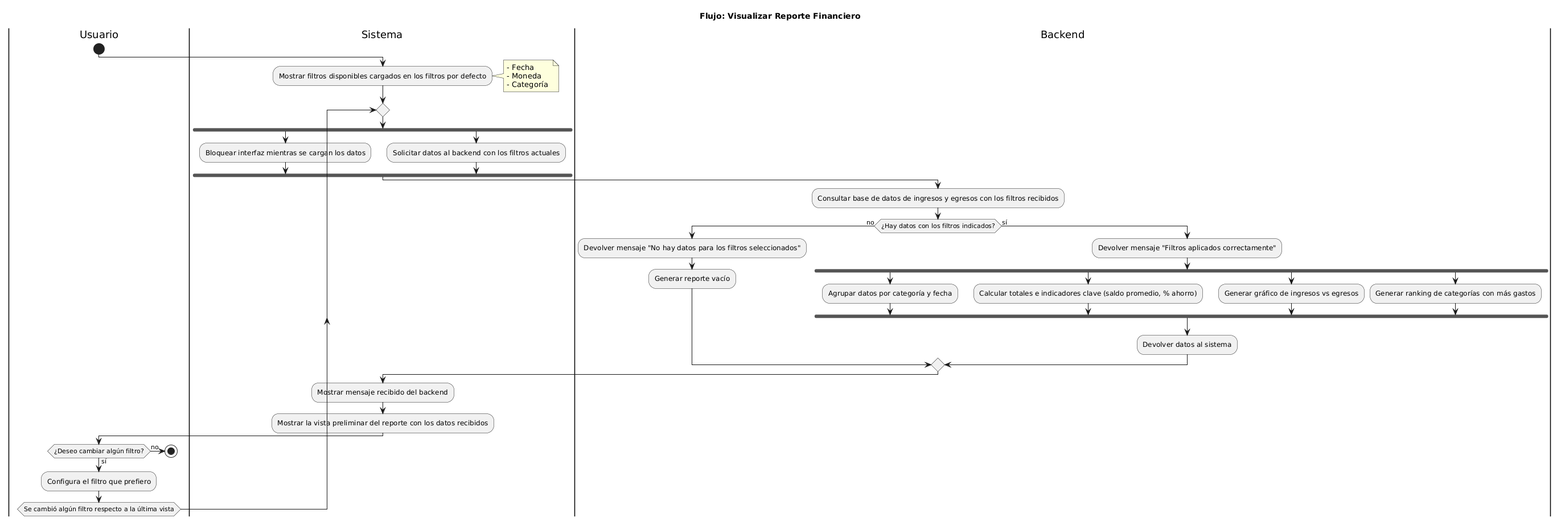
Before: docs/04-diagramas/01-diagrama-de-actividades/actividad-flujo-4-reportes-y-estadisticas.png, a diagram exported from PlantUML (fioremos/simulador-planificacion-financiera). Source of this version:
```plantuml
@startuml
title Flujo: Visualizar Reporte Financiero

|Usuario|
start

|Sistema|
:Mostrar filtros disponibles cargados en los filtros por defecto;
note right
    - Fecha
    - Moneda
    - Categoría
end note

repeat

  |Sistema|
  fork
    :Bloquear interfaz mientras se cargan los datos;
  fork again
    :Solicitar datos al backend con los filtros actuales;
  end fork

  |Backend|
  :Consultar base de datos de ingresos y egresos con los filtros recibidos;
  if (¿Hay datos con los filtros indicados?) then (no)
    :Devolver mensaje "No hay datos para los filtros seleccionados";
    :Generar reporte vacío;

  else (sí)
    :Devolver mensaje "Filtros aplicados correctamente";
    fork
      :Agrupar datos por categoría y fecha;
    fork again
      :Calcular totales e indicadores clave (saldo promedio, % ahorro);
    fork again
      :Generar gráfico de ingresos vs egresos;
    fork again
      :Generar ranking de categorías con más gastos;
    end fork
    :Devolver datos al sistema;
  endif

  |Sistema|
  :Mostrar mensaje recibido del backend;
  :Mostrar la vista preliminar del reporte con los datos recibidos;

  |Usuario|
  if (¿Deseo cambiar algún filtro?) then (sí)
    :Configura el filtro que prefiero;
  else (no)
    stop
  endif

repeat while (Se cambió algún filtro respecto a la última vista)
@enduml
```
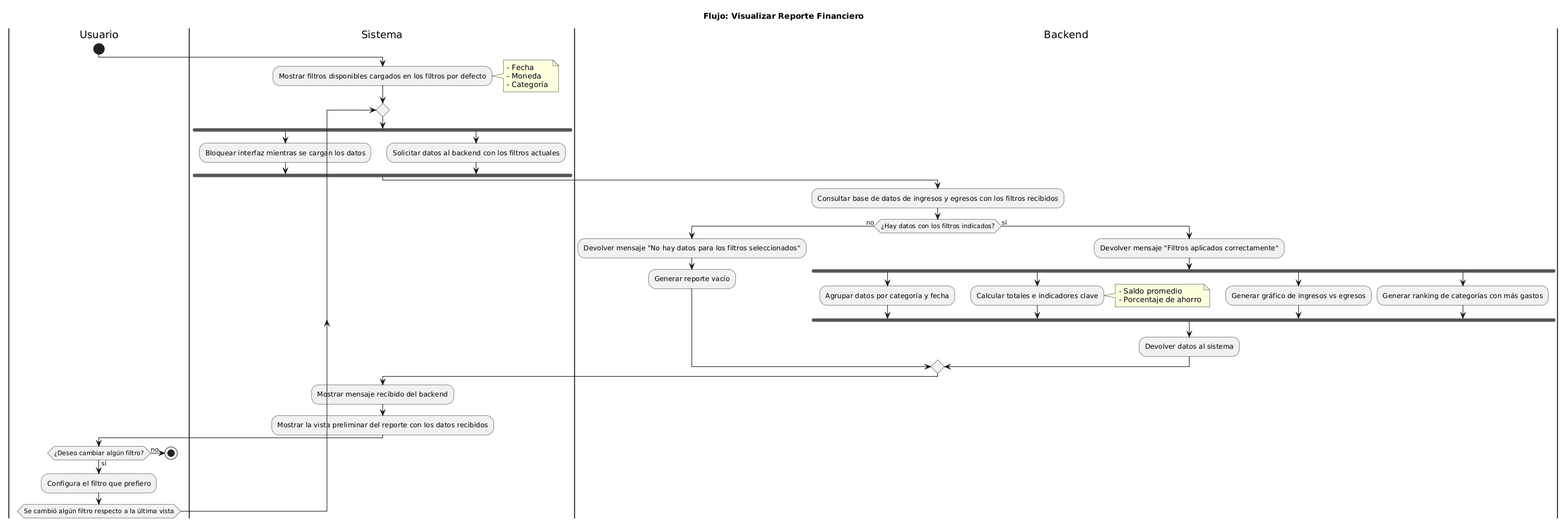
The same diagram one commit later.

The edit, as a diff of the source:
```diff
@@ -32,7 +32,11 @@
     fork
       :Agrupar datos por categoría y fecha;
     fork again
-      :Calcular totales e indicadores clave (saldo promedio, % ahorro);
+      :Calcular totales e indicadores clave;
+      note right
+        - Saldo promedio
+        - Porcentaje de ahorro
+      end note
     fork again
       :Generar gráfico de ingresos vs egresos;
     fork again
```
